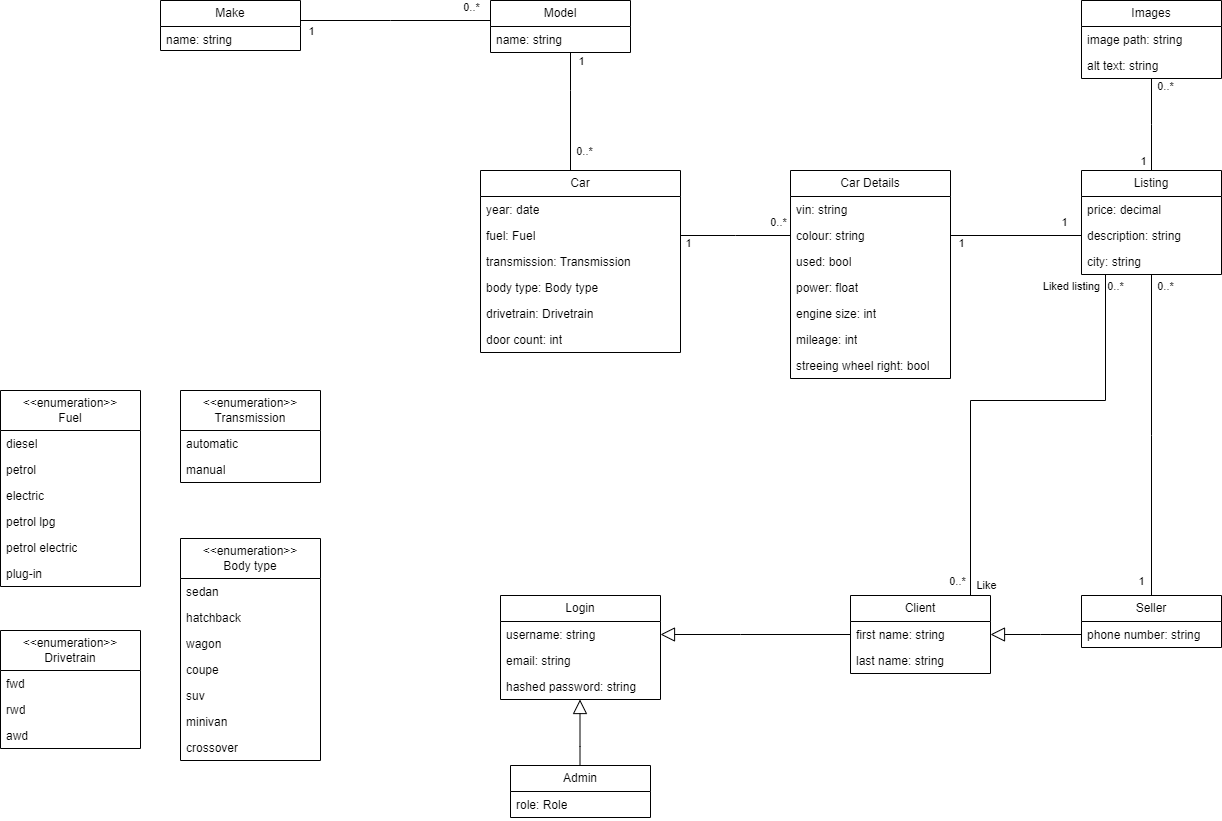
The draw.io diagram docs/diagrams/entity-relationship-diagram.drawio.png in taurasbear/automotive-marketplace, before a commit. Source tidied: cells renumbered, new cells last; positions are measured from the earlier drawing's top-left corner, leaving out a move shared by most shapes.
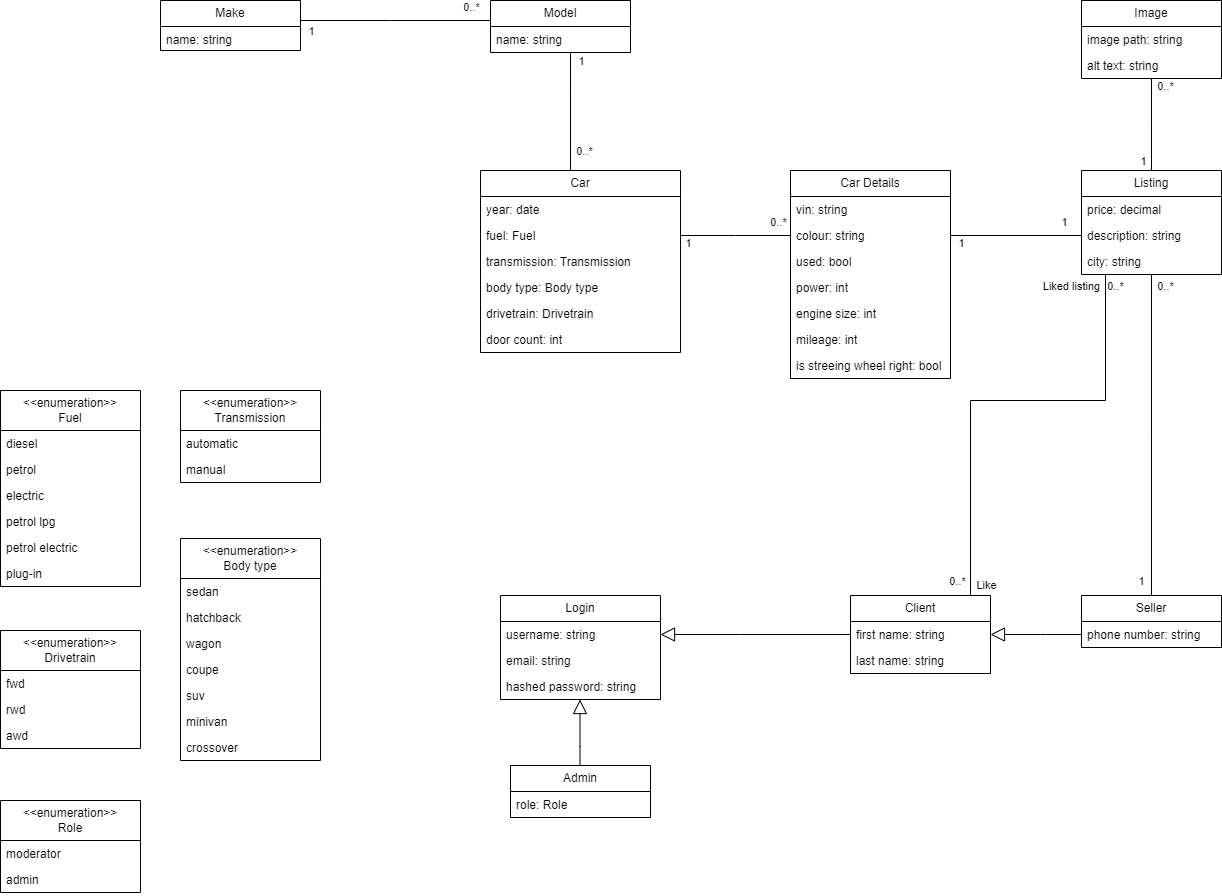
Above is the later version.

Diff of the diagram source:
```diff
@@ -104,7 +104,7 @@
     <mxCell id="29" value="used: bool" style="text;strokeColor=none;fillColor=none;align=left;verticalAlign=top;spacingLeft=4;spacingRight=4;overflow=hidden;whiteSpace=wrap;html=1;" parent="26" vertex="1">
       <mxGeometry y="78" width="160" height="26" as="geometry" />
     </mxCell>
-    <mxCell id="30" value="power: float" style="text;strokeColor=none;fillColor=none;align=left;verticalAlign=top;spacingLeft=4;spacingRight=4;overflow=hidden;whiteSpace=wrap;html=1;" parent="26" vertex="1">
+    <mxCell id="30" value="power: int" style="text;strokeColor=none;fillColor=none;align=left;verticalAlign=top;spacingLeft=4;spacingRight=4;overflow=hidden;whiteSpace=wrap;html=1;" parent="26" vertex="1">
       <mxGeometry y="104" width="160" height="26" as="geometry" />
     </mxCell>
     <mxCell id="31" value="engine size: int" style="text;strokeColor=none;fillColor=none;align=left;verticalAlign=top;spacingLeft=4;spacingRight=4;overflow=hidden;whiteSpace=wrap;html=1;" parent="26" vertex="1">
@@ -113,7 +113,7 @@
     <mxCell id="32" value="mileage: int" style="text;strokeColor=none;fillColor=none;align=left;verticalAlign=top;spacingLeft=4;spacingRight=4;overflow=hidden;whiteSpace=wrap;html=1;" parent="26" vertex="1">
       <mxGeometry y="156" width="160" height="26" as="geometry" />
     </mxCell>
-    <mxCell id="33" value="streeing wheel right: bool" style="text;strokeColor=none;fillColor=none;align=left;verticalAlign=top;spacingLeft=4;spacingRight=4;overflow=hidden;whiteSpace=wrap;html=1;" parent="26" vertex="1">
+    <mxCell id="33" value="is streeing wheel right: bool" style="text;strokeColor=none;fillColor=none;align=left;verticalAlign=top;spacingLeft=4;spacingRight=4;overflow=hidden;whiteSpace=wrap;html=1;" parent="26" vertex="1">
       <mxGeometry y="182" width="160" height="26" as="geometry" />
     </mxCell>
     <mxCell id="34" value="Listing" style="swimlane;fontStyle=0;horizontal=1;startSize=26;fillColor=none;whiteSpace=wrap;html=1;" parent="1" vertex="1">
@@ -253,7 +253,7 @@
         <mxPoint x="15" y="7" as="offset" />
       </mxGeometry>
     </mxCell>
-    <mxCell id="66" value="Images" style="swimlane;fontStyle=0;horizontal=1;startSize=26;fillColor=none;whiteSpace=wrap;html=1;" parent="1" vertex="1">
+    <mxCell id="66" value="Image" style="swimlane;fontStyle=0;horizontal=1;startSize=26;fillColor=none;whiteSpace=wrap;html=1;" parent="1" vertex="1">
       <mxGeometry x="1081" width="140" height="78" as="geometry" />
     </mxCell>
     <mxCell id="67" value="image path: string" style="text;strokeColor=none;fillColor=none;align=left;verticalAlign=top;spacingLeft=4;spacingRight=4;overflow=hidden;whiteSpace=wrap;html=1;" parent="66" vertex="1">
@@ -320,5 +320,14 @@
     <mxCell id="86" value="crossover" style="text;strokeColor=none;fillColor=none;align=left;verticalAlign=top;spacingLeft=4;spacingRight=4;overflow=hidden;whiteSpace=wrap;html=1;" parent="79" vertex="1">
       <mxGeometry y="196" width="140" height="26" as="geometry" />
     </mxCell>
+    <mxCell id="87" value="&lt;div&gt;&amp;lt;&amp;lt;enumeration&amp;gt;&amp;gt;&lt;/div&gt;Role" style="swimlane;fontStyle=0;horizontal=1;startSize=40;fillColor=none;whiteSpace=wrap;html=1;" parent="1" vertex="1">
+      <mxGeometry y="800" width="140" height="92" as="geometry" />
+    </mxCell>
+    <mxCell id="88" value="moderator" style="text;strokeColor=none;fillColor=none;align=left;verticalAlign=top;spacingLeft=4;spacingRight=4;overflow=hidden;whiteSpace=wrap;html=1;" parent="87" vertex="1">
+      <mxGeometry y="40" width="140" height="26" as="geometry" />
+    </mxCell>
+    <mxCell id="89" value="admin" style="text;strokeColor=none;fillColor=none;align=left;verticalAlign=top;spacingLeft=4;spacingRight=4;overflow=hidden;whiteSpace=wrap;html=1;" parent="87" vertex="1">
+      <mxGeometry y="66" width="140" height="26" as="geometry" />
+    </mxCell>
   </root>
 </mxGraphModel>
```
